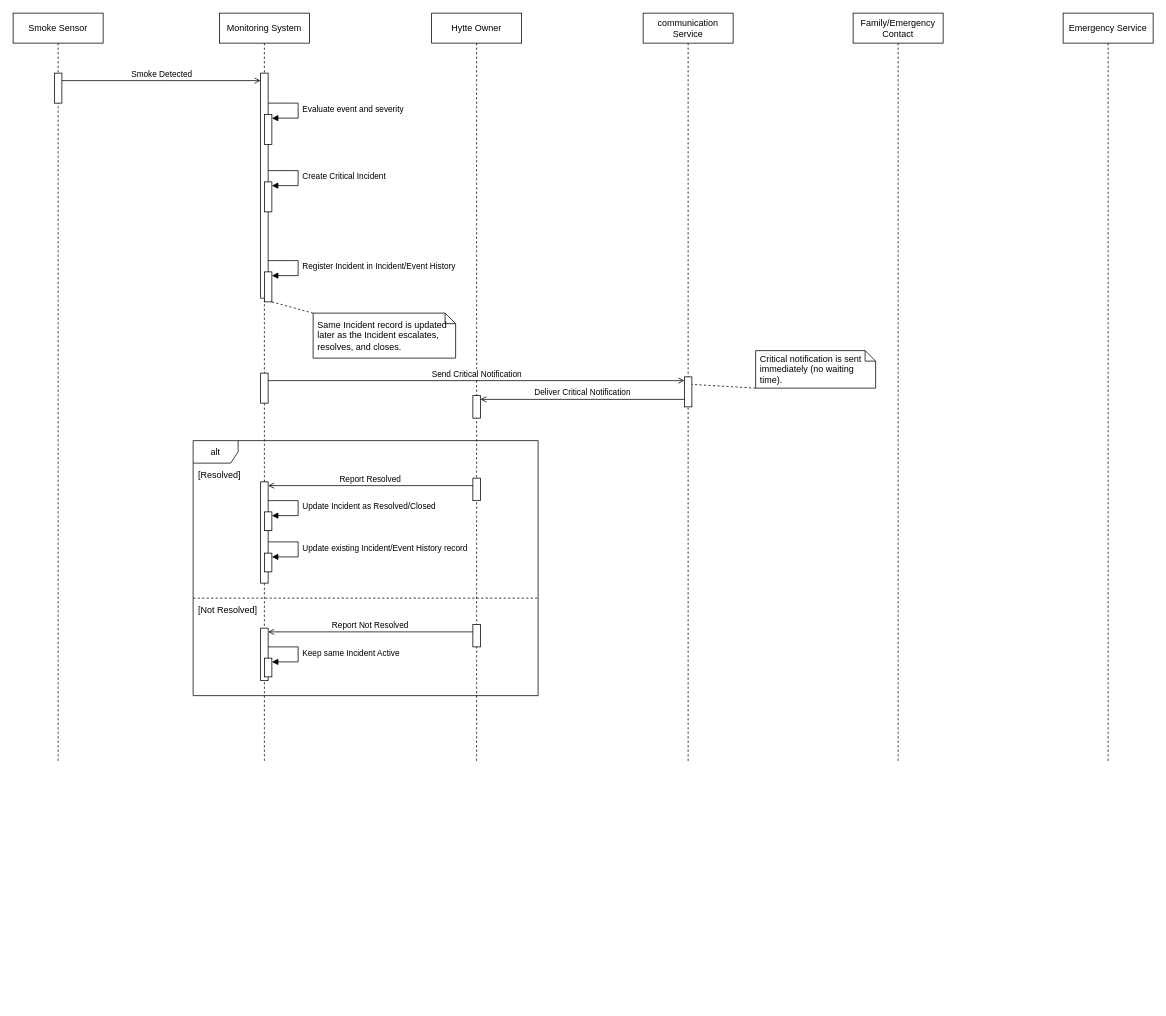
Before: model/sequence-diagram.drawio in hytte-monitoring/hytte-monitoring.github.io, a draw.io diagram. Source tidied: cells renumbered, new cells numbered last; positions are measured from the earlier drawing's top-left corner, leaving out a move shared by most shapes. Both pictures are drawn from the tidied source at 75%, with x=0, y=0 at pixel (13, 13).
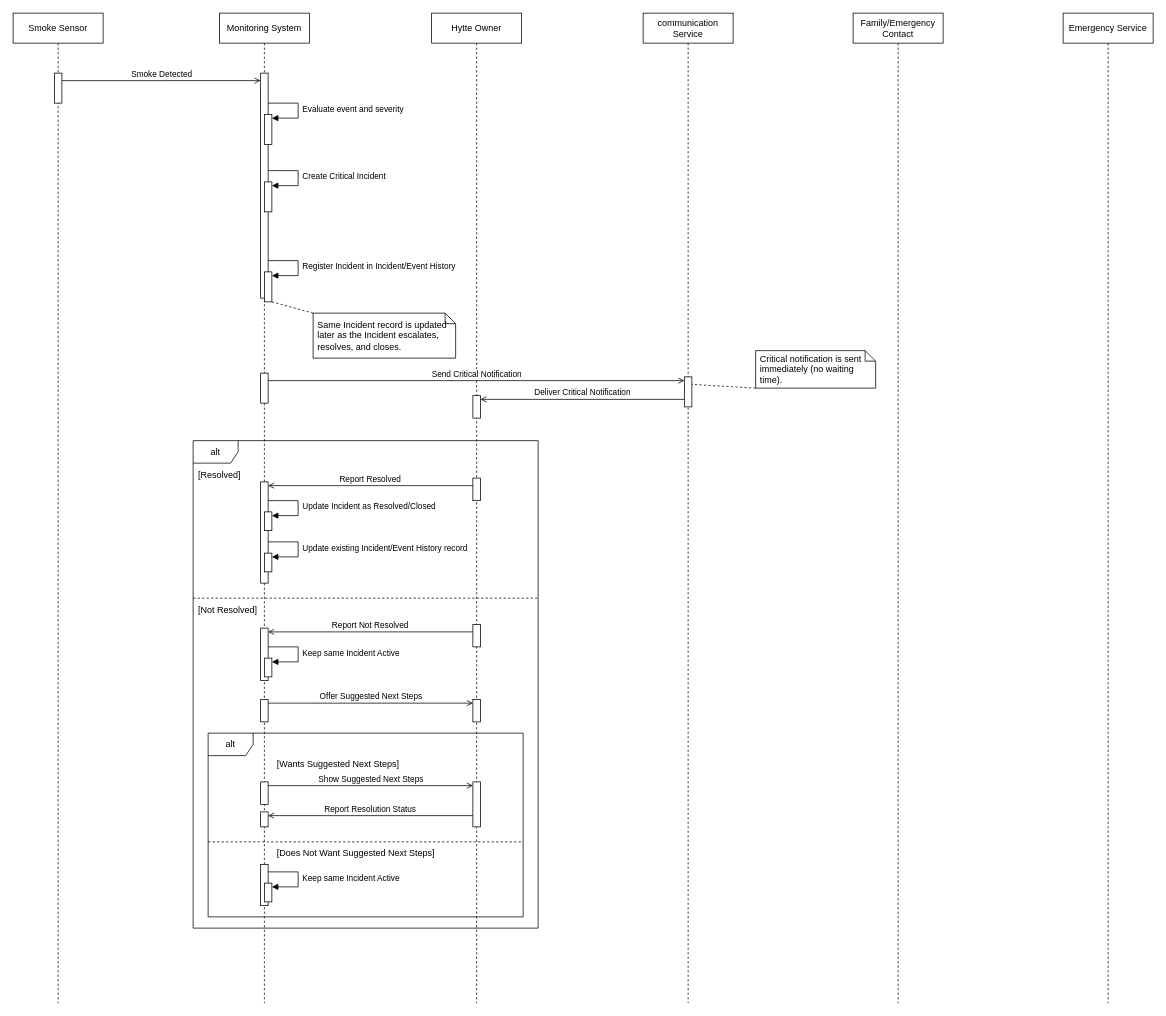
The same diagram, later.

Commit message:
Add Suggested Next Steps alt to sequence diagram

Change to the diagram source:
```diff
@@
     <mxCell id="2" value="Smoke Sensor" style="shape=umlLifeline;perimeter=lifelinePerimeter;whiteSpace=wrap;html=1;newEdgeStyle={&quot;curved&quot;:0,&quot;rounded&quot;:0};size=40;" parent="1" vertex="1">
-      <mxGeometry width="120" height="1000" as="geometry" />
+      <mxGeometry width="120" height="1320" as="geometry" />
     </mxCell>
@@
     <mxCell id="4" value="Monitoring System" style="shape=umlLifeline;perimeter=lifelinePerimeter;whiteSpace=wrap;html=1;newEdgeStyle={&quot;curved&quot;:0,&quot;rounded&quot;:0};size=40;" parent="1" vertex="1">
-      <mxGeometry x="275" width="120" height="1000" as="geometry" />
+      <mxGeometry x="275" width="120" height="1320" as="geometry" />
     </mxCell>
@@
     <mxCell id="9" value="Hytte Owner" style="shape=umlLifeline;perimeter=lifelinePerimeter;whiteSpace=wrap;html=1;newEdgeStyle={&quot;curved&quot;:0,&quot;rounded&quot;:0};size=40;" parent="1" vertex="1">
-      <mxGeometry x="558" width="120" height="1000" as="geometry" />
+      <mxGeometry x="558" width="120" height="1320" as="geometry" />
     </mxCell>
     <mxCell id="10" value="communication Service" style="shape=umlLifeline;perimeter=lifelinePerimeter;whiteSpace=wrap;html=1;newEdgeStyle={&quot;curved&quot;:0,&quot;rounded&quot;:0};size=40;" parent="1" vertex="1">
-      <mxGeometry x="840" width="120" height="1000" as="geometry" />
+      <mxGeometry x="840" width="120" height="1320" as="geometry" />
     </mxCell>
     <mxCell id="11" value="Family/Emergency Contact" style="shape=umlLifeline;perimeter=lifelinePerimeter;whiteSpace=wrap;html=1;newEdgeStyle={&quot;curved&quot;:0,&quot;rounded&quot;:0};size=40;" parent="1" vertex="1">
-      <mxGeometry x="1120" width="120" height="1000" as="geometry" />
+      <mxGeometry x="1120" width="120" height="1320" as="geometry" />
     </mxCell>
     <mxCell id="12" value="Emergency Service" style="shape=umlLifeline;perimeter=lifelinePerimeter;whiteSpace=wrap;html=1;newEdgeStyle={&quot;curved&quot;:0,&quot;rounded&quot;:0};size=40;" parent="1" vertex="1">
-      <mxGeometry x="1400" width="120" height="1000" as="geometry" />
+      <mxGeometry x="1400" width="120" height="1320" as="geometry" />
     </mxCell>
@@
     <mxCell id="26" value="alt" style="shape=umlFrame;whiteSpace=wrap;html=1;width=60;height=30;fillColor=none;" parent="1" vertex="1">
-      <mxGeometry x="240" y="570" width="460" height="340" as="geometry" />
+      <mxGeometry x="240" y="570" width="460" height="650" as="geometry" />
     </mxCell>
@@
+    <mxCell id="42" style="html=1;perimeter=orthogonalPerimeter;outlineConnect=0;targetShapes=umlLifeline;portConstraint=eastwest;newEdgeStyle={&quot;curved&quot;:0,&quot;rounded&quot;:0};" parent="4" vertex="1">
+      <mxGeometry x="55" y="915" width="10" height="30" as="geometry" />
+    </mxCell>
+    <mxCell id="43" style="html=1;perimeter=orthogonalPerimeter;outlineConnect=0;targetShapes=umlLifeline;portConstraint=eastwest;newEdgeStyle={&quot;curved&quot;:0,&quot;rounded&quot;:0};" parent="9" vertex="1">
+      <mxGeometry x="55" y="915" width="10" height="30" as="geometry" />
+    </mxCell>
+    <mxCell id="44" value="Offer Suggested Next Steps" style="html=1;verticalAlign=bottom;labelBackgroundColor=default;endArrow=open;endFill=0;curved=0;rounded=0;exitX=1;exitY=0.1667;entryX=0;entryY=0.1667;" parent="1" edge="1" source="42" target="43">
+      <mxGeometry relative="1" as="geometry" />
+    </mxCell>
+    <mxCell id="45" value="alt" style="shape=umlFrame;whiteSpace=wrap;html=1;width=60;height=30;fillColor=none;" parent="1" vertex="1">
+      <mxGeometry x="260" y="960" width="420" height="245" as="geometry" />
+    </mxCell>
+    <mxCell id="46" value="[Wants Suggested Next Steps]" style="text;html=1;align=left;verticalAlign=middle;whiteSpace=wrap;" parent="1" vertex="1">
+      <mxGeometry x="350" y="992" width="240" height="20" as="geometry" />
+    </mxCell>
+    <mxCell id="47" style="html=1;perimeter=orthogonalPerimeter;outlineConnect=0;targetShapes=umlLifeline;portConstraint=eastwest;newEdgeStyle={&quot;curved&quot;:0,&quot;rounded&quot;:0};" parent="4" vertex="1">
+      <mxGeometry x="55" y="1025" width="10" height="30" as="geometry" />
+    </mxCell>
+    <mxCell id="48" style="html=1;perimeter=orthogonalPerimeter;outlineConnect=0;targetShapes=umlLifeline;portConstraint=eastwest;newEdgeStyle={&quot;curved&quot;:0,&quot;rounded&quot;:0};" parent="9" vertex="1">
+      <mxGeometry x="55" y="1025" width="10" height="60" as="geometry" />
+    </mxCell>
+    <mxCell id="49" style="html=1;perimeter=orthogonalPerimeter;outlineConnect=0;targetShapes=umlLifeline;portConstraint=eastwest;newEdgeStyle={&quot;curved&quot;:0,&quot;rounded&quot;:0};" parent="4" vertex="1">
+      <mxGeometry x="55" y="1065" width="10" height="20" as="geometry" />
+    </mxCell>
+    <mxCell id="50" value="Show Suggested Next Steps" style="html=1;verticalAlign=bottom;labelBackgroundColor=default;endArrow=open;endFill=0;curved=0;rounded=0;exitX=1;exitY=0.1667;entryX=0;entryY=0.0833;" parent="1" edge="1" source="47" target="48">
+      <mxGeometry relative="1" as="geometry" />
+    </mxCell>
+    <mxCell id="51" value="Report Resolution Status" style="html=1;verticalAlign=bottom;labelBackgroundColor=default;endArrow=open;endFill=0;curved=0;rounded=0;exitX=0;exitY=0.75;entryX=1;entryY=0.25;" parent="1" edge="1" source="48" target="49">
+      <mxGeometry relative="1" as="geometry" />
+    </mxCell>
+    <mxCell id="52" style="html=1;endArrow=none;dashed=1;curved=0;rounded=0;" parent="1" edge="1">
+      <mxGeometry relative="1" as="geometry">
+        <mxPoint x="260" y="1105" as="sourcePoint" />
+        <mxPoint x="680" y="1105" as="targetPoint" />
+      </mxGeometry>
+    </mxCell>
+    <mxCell id="53" value="[Does Not Want Suggested Next Steps]" style="text;html=1;align=left;verticalAlign=middle;whiteSpace=wrap;" parent="1" vertex="1">
+      <mxGeometry x="350" y="1110" width="240" height="20" as="geometry" />
+    </mxCell>
+    <mxCell id="54" style="html=1;perimeter=orthogonalPerimeter;outlineConnect=0;targetShapes=umlLifeline;portConstraint=eastwest;newEdgeStyle={&quot;curved&quot;:0,&quot;rounded&quot;:0};" parent="4" vertex="1">
+      <mxGeometry x="55" y="1135" width="10" height="55" as="geometry" />
+    </mxCell>
+    <mxCell id="55" style="html=1;perimeter=orthogonalPerimeter;outlineConnect=0;targetShapes=umlLifeline;portConstraint=eastwest;newEdgeStyle={&quot;curved&quot;:0,&quot;rounded&quot;:0};" parent="4" vertex="1">
+      <mxGeometry x="60" y="1160" width="10" height="25" as="geometry" />
+    </mxCell>
+    <mxCell id="56" value="Keep same Incident Active" style="html=1;align=left;verticalAlign=middle;spacingLeft=4;labelBackgroundColor=default;endArrow=block;curved=0;rounded=0;exitX=1;exitY=0.1818;entryX=1;entryY=0.2;" parent="1" edge="1" source="54" target="55">
+      <mxGeometry relative="1" as="geometry">
+        <Array as="points">
+          <mxPoint x="380" y="1145" />
+          <mxPoint x="380" y="1165" />
+        </Array>
+      </mxGeometry>
+    </mxCell>
```
